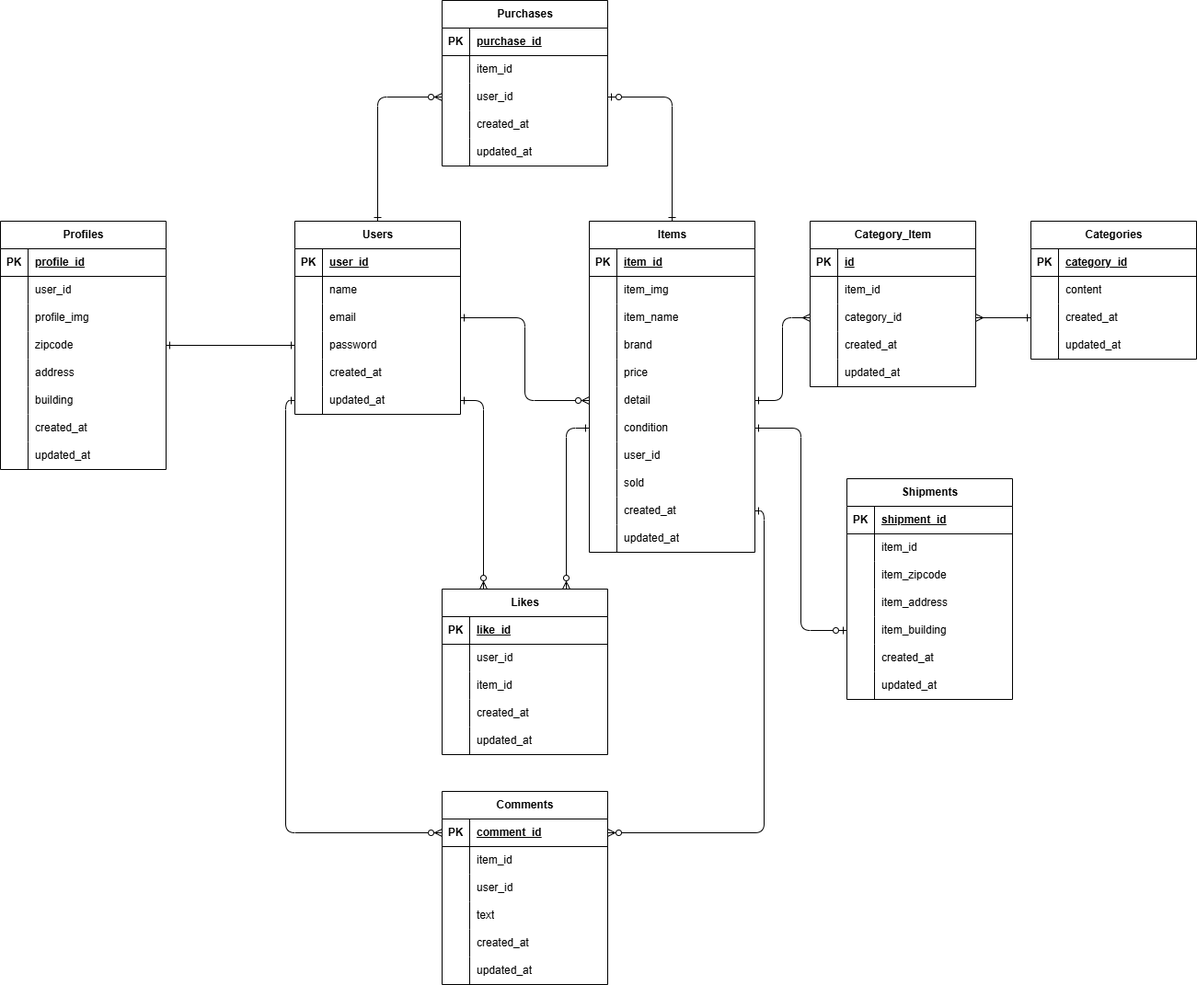
This is ER.drawio.png from misaki-nonaka/mock-case-1, a draw.io export, as it was before one commit. Source tidied: cells renumbered, new cells last; positions are measured from the earlier drawing's top-left corner, leaving out a move shared by most shapes.
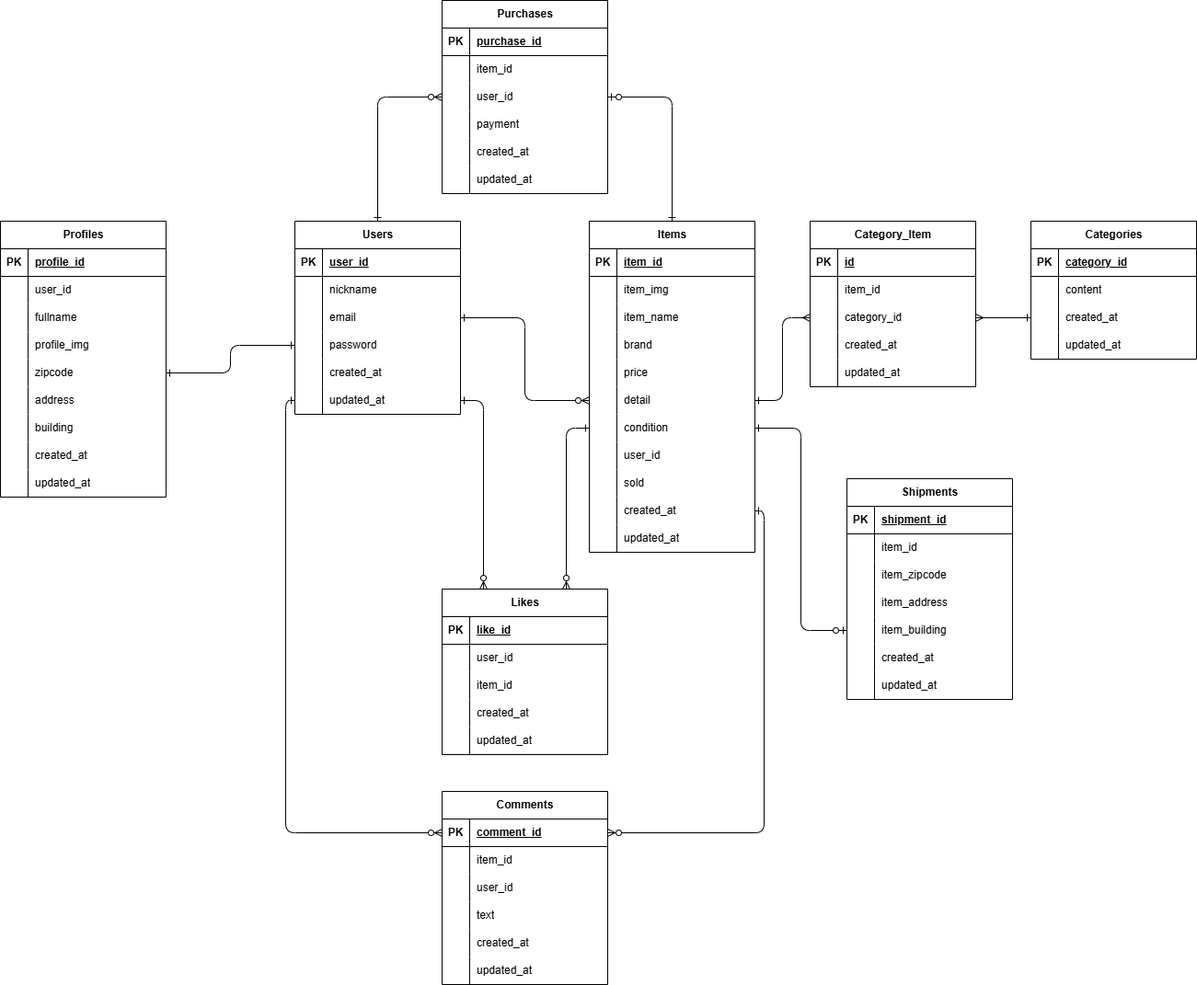
The same file after the commit.

Change to the diagram source:
```diff
@@ -20,7 +20,7 @@
     <mxCell id="7" style="shape=partialRectangle;fillColor=none;top=0;left=0;bottom=0;right=0;overflow=hidden;whiteSpace=wrap;html=1;" parent="6" vertex="1">
       <mxGeometry width="30" height="30" as="geometry" />
     </mxCell>
-    <mxCell id="8" value="name" style="shape=partialRectangle;fillColor=none;top=0;left=0;bottom=0;right=0;align=left;spacingLeft=6;overflow=hidden;whiteSpace=wrap;html=1;" parent="6" vertex="1">
+    <mxCell id="8" value="nickname" style="shape=partialRectangle;fillColor=none;top=0;left=0;bottom=0;right=0;align=left;spacingLeft=6;overflow=hidden;whiteSpace=wrap;html=1;" parent="6" vertex="1">
       <mxGeometry x="30" width="150" height="30" as="geometry" />
     </mxCell>
     <mxCell id="9" style="shape=tableRow;horizontal=0;startSize=0;swimlaneHead=0;swimlaneBody=0;fillColor=none;points=[[0,0.5],[1,0.5]];portConstraint=eastwest;top=0;left=0;right=0;bottom=0;" parent="2" vertex="1">
@@ -297,7 +297,7 @@
       <mxGeometry x="30" width="150" height="30" as="geometry" />
     </mxCell>
     <mxCell id="100" value="Purchases" style="shape=table;startSize=30;rowLines=0;fontStyle=1;align=center;html=1;" parent="1" vertex="1">
-      <mxGeometry x="480" width="180" height="180" as="geometry" />
+      <mxGeometry x="480" width="180" height="210" as="geometry" />
     </mxCell>
     <mxCell id="101" style="shape=tableRow;horizontal=0;startSize=0;swimlaneHead=0;swimlaneBody=0;fillColor=none;top=0;left=0;right=0;bottom=1;" parent="100" vertex="1">
       <mxGeometry y="30" width="180" height="30" as="geometry" />
@@ -326,8 +326,17 @@
     <mxCell id="109" value="user_id" style="shape=partialRectangle;fillColor=none;top=0;left=0;bottom=0;right=0;align=left;spacingLeft=6;overflow=hidden;whiteSpace=wrap;html=1;" parent="107" vertex="1">
       <mxGeometry x="30" width="150" height="30" as="geometry" />
     </mxCell>
+    <mxCell id="196" style="shape=tableRow;horizontal=0;startSize=0;swimlaneHead=0;swimlaneBody=0;fillColor=none;top=0;left=0;right=0;bottom=0;" parent="100" vertex="1">
+      <mxGeometry y="120" width="180" height="30" as="geometry" />
+    </mxCell>
+    <mxCell id="197" style="shape=partialRectangle;fillColor=none;top=0;left=0;bottom=0;right=0;overflow=hidden;whiteSpace=wrap;html=1;" parent="196" vertex="1">
+      <mxGeometry width="30" height="30" as="geometry" />
+    </mxCell>
+    <mxCell id="198" value="payment" style="shape=partialRectangle;fillColor=none;top=0;left=0;bottom=0;right=0;align=left;spacingLeft=6;overflow=hidden;whiteSpace=wrap;html=1;" parent="196" vertex="1">
+      <mxGeometry x="30" width="150" height="30" as="geometry" />
+    </mxCell>
     <mxCell id="110" style="shape=tableRow;horizontal=0;startSize=0;swimlaneHead=0;swimlaneBody=0;fillColor=none;top=0;left=0;right=0;bottom=0;" parent="100" vertex="1">
-      <mxGeometry y="120" width="180" height="30" as="geometry" />
+      <mxGeometry y="150" width="180" height="30" as="geometry" />
     </mxCell>
     <mxCell id="111" style="shape=partialRectangle;fillColor=none;top=0;left=0;bottom=0;right=0;overflow=hidden;whiteSpace=wrap;html=1;" parent="110" vertex="1">
       <mxGeometry width="30" height="30" as="geometry" />
@@ -336,7 +345,7 @@
       <mxGeometry x="30" width="150" height="30" as="geometry" />
     </mxCell>
     <mxCell id="113" style="shape=tableRow;horizontal=0;startSize=0;swimlaneHead=0;swimlaneBody=0;fillColor=none;top=0;left=0;right=0;bottom=0;" parent="100" vertex="1">
-      <mxGeometry y="150" width="180" height="30" as="geometry" />
+      <mxGeometry y="180" width="180" height="30" as="geometry" />
     </mxCell>
     <mxCell id="114" style="shape=partialRectangle;fillColor=none;top=0;left=0;bottom=0;right=0;overflow=hidden;whiteSpace=wrap;html=1;" parent="113" vertex="1">
       <mxGeometry width="30" height="30" as="geometry" />
@@ -467,9 +476,6 @@
     <mxCell id="156" value="updated_at" style="shape=partialRectangle;fillColor=none;top=0;left=0;bottom=0;right=0;align=left;spacingLeft=6;overflow=hidden;whiteSpace=wrap;html=1;" parent="154" vertex="1">
       <mxGeometry x="30" width="150" height="30" as="geometry" />
     </mxCell>
-    <mxCell id="157" style="edgeStyle=entityRelationEdgeStyle;fontSize=12;html=1;endArrow=ERzeroToMany;startArrow=ERone;exitX=1;exitY=0.5;exitDx=0;exitDy=0;entryX=0;entryY=0.5;entryDx=0;entryDy=0;startFill=0;endFill=0;" parent="1" edge="1" source="x" target="47">
-      <mxGeometry relative="1" as="geometry" />
-    </mxCell>
     <mxCell id="158" style="edgeStyle=orthogonalEdgeStyle;fontSize=12;html=1;endArrow=ERmany;startArrow=ERone;exitX=1;exitY=0.5;exitDx=0;exitDy=0;entryX=0;entryY=0.5;entryDx=0;entryDy=0;startFill=0;endFill=0;" parent="1" edge="1" source="50" target="75">
       <mxGeometry relative="1" as="geometry" />
     </mxCell>
@@ -485,20 +491,14 @@
     <mxCell id="162" style="edgeStyle=orthogonalEdgeStyle;fontSize=12;html=1;endArrow=ERone;startArrow=ERzeroToOne;exitX=1;exitY=0.5;exitDx=0;exitDy=0;entryX=0.5;entryY=0;entryDx=0;entryDy=0;startFill=0;endFill=0;" parent="1" edge="1" source="107" target="34">
       <mxGeometry relative="1" as="geometry" />
     </mxCell>
-    <mxCell id="163" style="edgeStyle=orthogonalEdgeStyle;fontSize=12;html=1;endArrow=ERzeroToMany;startArrow=ERone;startFill=0;endFill=0;exitX=1;exitY=0.5;exitDx=0;exitDy=0;entryX=0.25;entryY=0;entryDx=0;entryDy=0;" parent="1" edge="1" source="x" target="84">
-      <mxGeometry relative="1" as="geometry" />
-    </mxCell>
     <mxCell id="164" style="edgeStyle=orthogonalEdgeStyle;fontSize=12;html=1;endArrow=ERzeroToMany;startArrow=ERone;startFill=0;endFill=0;exitX=0;exitY=0.5;exitDx=0;exitDy=0;entryX=0.75;entryY=0;entryDx=0;entryDy=0;" parent="1" edge="1" source="53" target="84">
       <mxGeometry relative="1" as="geometry" />
     </mxCell>
-    <mxCell id="165" style="edgeStyle=orthogonalEdgeStyle;fontSize=12;html=1;endArrow=ERzeroToMany;startArrow=ERone;startFill=0;endFill=0;exitX=0;exitY=0.5;exitDx=0;exitDy=0;entryX=0;entryY=0.5;entryDx=0;entryDy=0;" parent="1" edge="1" source="x" target="117">
-      <mxGeometry relative="1" as="geometry" />
-    </mxCell>
     <mxCell id="166" style="edgeStyle=orthogonalEdgeStyle;fontSize=12;html=1;endArrow=ERzeroToMany;startArrow=ERone;startFill=0;endFill=0;exitX=1;exitY=0.5;exitDx=0;exitDy=0;entryX=1;entryY=0.5;entryDx=0;entryDy=0;" parent="1" edge="1" source="62" target="117">
       <mxGeometry relative="1" as="geometry" />
     </mxCell>
     <mxCell id="167" value="Profiles" style="shape=table;startSize=30;rowLines=0;fontStyle=1;align=center;html=1;" parent="1" vertex="1">
-      <mxGeometry y="240" width="180" height="270" as="geometry" />
+      <mxGeometry y="240" width="180" height="300" as="geometry" />
     </mxCell>
     <mxCell id="168" style="shape=tableRow;horizontal=0;startSize=0;swimlaneHead=0;swimlaneBody=0;fillColor=none;top=0;left=0;right=0;bottom=1;" parent="167" vertex="1">
       <mxGeometry y="30" width="180" height="30" as="geometry" />
@@ -518,8 +518,17 @@
     <mxCell id="173" value="user_id" style="shape=partialRectangle;fillColor=none;top=0;left=0;bottom=0;right=0;align=left;spacingLeft=6;overflow=hidden;whiteSpace=wrap;html=1;" parent="171" vertex="1">
       <mxGeometry x="30" width="150" height="30" as="geometry" />
     </mxCell>
+    <mxCell id="199" style="shape=tableRow;horizontal=0;startSize=0;swimlaneHead=0;swimlaneBody=0;fillColor=none;top=0;left=0;right=0;bottom=0;" parent="167" vertex="1">
+      <mxGeometry y="90" width="180" height="30" as="geometry" />
+    </mxCell>
+    <mxCell id="200" style="shape=partialRectangle;fillColor=none;top=0;left=0;bottom=0;right=0;overflow=hidden;whiteSpace=wrap;html=1;" parent="199" vertex="1">
+      <mxGeometry width="30" height="30" as="geometry" />
+    </mxCell>
+    <mxCell id="201" value="fullname" style="shape=partialRectangle;fillColor=none;top=0;left=0;bottom=0;right=0;align=left;spacingLeft=6;overflow=hidden;whiteSpace=wrap;html=1;" parent="199" vertex="1">
+      <mxGeometry x="30" width="150" height="30" as="geometry" />
+    </mxCell>
     <mxCell id="174" style="shape=tableRow;horizontal=0;startSize=0;swimlaneHead=0;swimlaneBody=0;fillColor=none;top=0;left=0;right=0;bottom=0;" parent="167" vertex="1">
-      <mxGeometry y="90" width="180" height="30" as="geometry" />
+      <mxGeometry y="120" width="180" height="30" as="geometry" />
     </mxCell>
     <mxCell id="175" style="shape=partialRectangle;fillColor=none;top=0;left=0;bottom=0;right=0;overflow=hidden;whiteSpace=wrap;html=1;" parent="174" vertex="1">
       <mxGeometry width="30" height="30" as="geometry" />
@@ -528,7 +537,7 @@
       <mxGeometry x="30" width="150" height="30" as="geometry" />
     </mxCell>
     <mxCell id="177" style="shape=tableRow;horizontal=0;startSize=0;swimlaneHead=0;swimlaneBody=0;fillColor=none;points=[[0,0.5],[1,0.5]];portConstraint=eastwest;top=0;left=0;right=0;bottom=0;" parent="167" vertex="1">
-      <mxGeometry y="120" width="180" height="30" as="geometry" />
+      <mxGeometry y="150" width="180" height="30" as="geometry" />
     </mxCell>
     <mxCell id="178" style="shape=partialRectangle;fillColor=none;top=0;left=0;bottom=0;right=0;overflow=hidden;whiteSpace=wrap;html=1;" parent="177" vertex="1">
       <mxGeometry width="30" height="30" as="geometry" />
@@ -537,7 +546,7 @@
       <mxGeometry x="30" width="150" height="30" as="geometry" />
     </mxCell>
     <mxCell id="180" style="shape=tableRow;horizontal=0;startSize=0;swimlaneHead=0;swimlaneBody=0;fillColor=none;top=0;left=0;right=0;bottom=0;" parent="167" vertex="1">
-      <mxGeometry y="150" width="180" height="30" as="geometry" />
+      <mxGeometry y="180" width="180" height="30" as="geometry" />
     </mxCell>
     <mxCell id="181" style="shape=partialRectangle;fillColor=none;top=0;left=0;bottom=0;right=0;overflow=hidden;whiteSpace=wrap;html=1;" parent="180" vertex="1">
       <mxGeometry width="30" height="30" as="geometry" />
@@ -546,7 +555,7 @@
       <mxGeometry x="30" width="150" height="30" as="geometry" />
     </mxCell>
     <mxCell id="183" style="shape=tableRow;horizontal=0;startSize=0;swimlaneHead=0;swimlaneBody=0;fillColor=none;top=0;left=0;right=0;bottom=0;" parent="167" vertex="1">
-      <mxGeometry y="180" width="180" height="30" as="geometry" />
+      <mxGeometry y="210" width="180" height="30" as="geometry" />
     </mxCell>
     <mxCell id="184" style="shape=partialRectangle;fillColor=none;top=0;left=0;bottom=0;right=0;overflow=hidden;whiteSpace=wrap;html=1;" parent="183" vertex="1">
       <mxGeometry width="30" height="30" as="geometry" />
@@ -555,7 +564,7 @@
       <mxGeometry x="30" width="150" height="30" as="geometry" />
     </mxCell>
     <mxCell id="186" style="shape=tableRow;horizontal=0;startSize=0;swimlaneHead=0;swimlaneBody=0;fillColor=none;top=0;left=0;right=0;bottom=0;" parent="167" vertex="1">
-      <mxGeometry y="210" width="180" height="30" as="geometry" />
+      <mxGeometry y="240" width="180" height="30" as="geometry" />
     </mxCell>
     <mxCell id="187" style="shape=partialRectangle;fillColor=none;top=0;left=0;bottom=0;right=0;overflow=hidden;whiteSpace=wrap;html=1;" parent="186" vertex="1">
       <mxGeometry width="30" height="30" as="geometry" />
@@ -564,7 +573,7 @@
       <mxGeometry x="30" width="150" height="30" as="geometry" />
     </mxCell>
     <mxCell id="189" style="shape=tableRow;horizontal=0;startSize=0;swimlaneHead=0;swimlaneBody=0;fillColor=none;top=0;left=0;right=0;bottom=0;" parent="167" vertex="1">
-      <mxGeometry y="240" width="180" height="30" as="geometry" />
+      <mxGeometry y="270" width="180" height="30" as="geometry" />
     </mxCell>
     <mxCell id="190" style="shape=partialRectangle;fillColor=none;top=0;left=0;bottom=0;right=0;overflow=hidden;whiteSpace=wrap;html=1;" parent="189" vertex="1">
       <mxGeometry width="30" height="30" as="geometry" />
```
